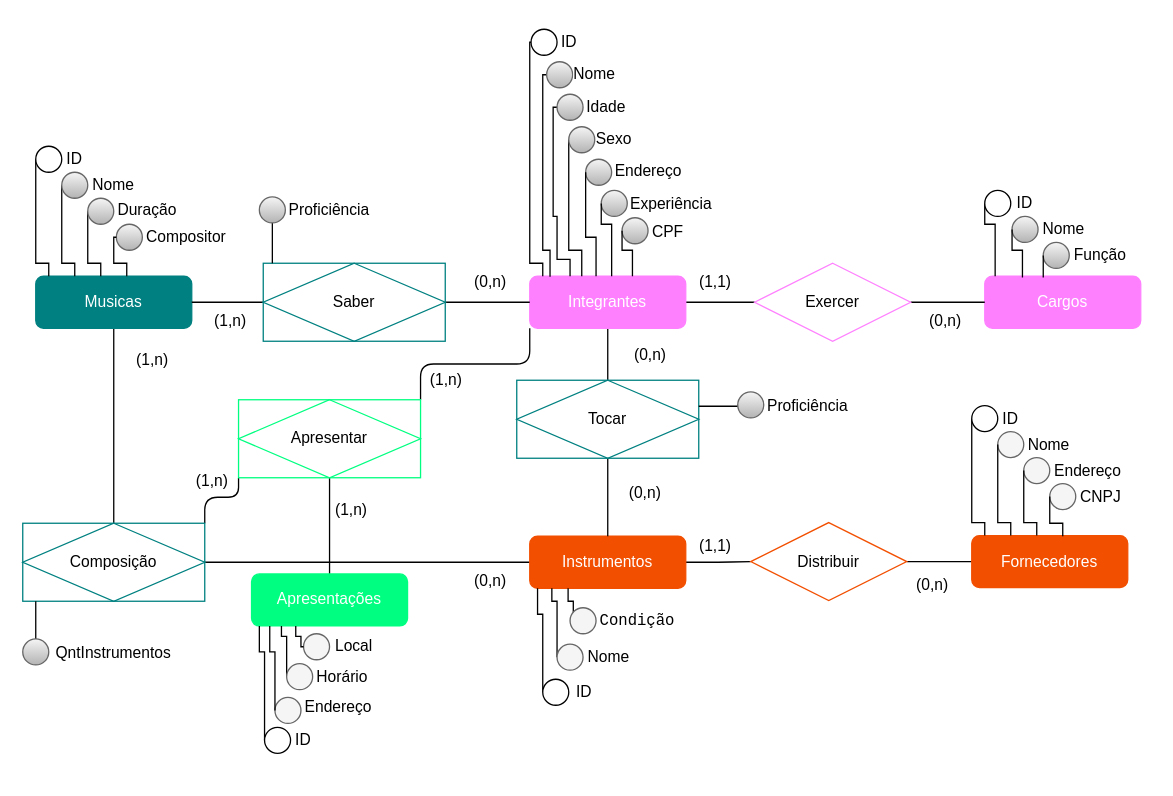
This is Dados/Modelo Relacional/modelo conceitual/Modelagem_Conceitual_DB.drawio from GouveiaGSilva/Sistema-DantaFenix, a draw.io file, before an edit. Source tidied: cells renumbered, new cells numbered last; positions are measured from the earlier drawing's top-left corner, leaving out a move shared by most shapes. Both pictures are drawn from the tidied source at 130%, with x=0, y=0 at pixel (22, 22).
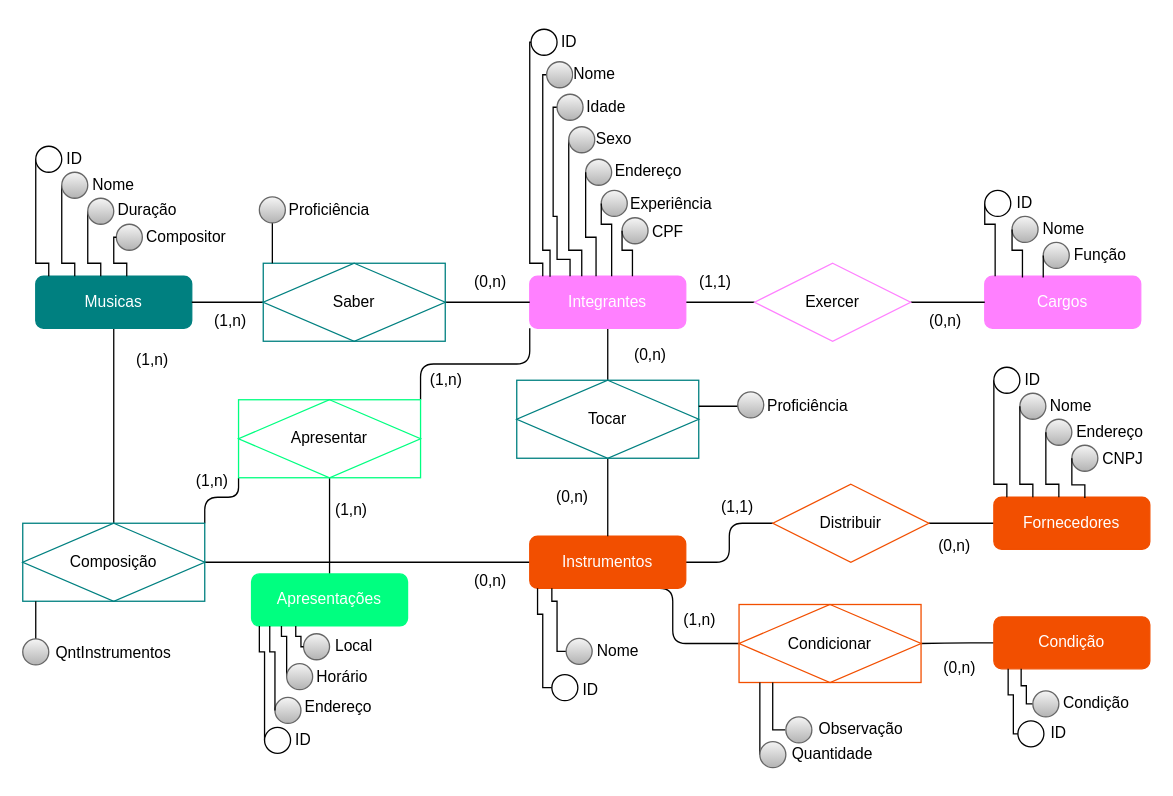
After the change.

Commit message (it also covers changes not shown here):
FIX: altera modelo conceitual e lógico para relação correta entre instrumentos_condições

The change refers to these unchanged cells:
```xml
<mxCell id="12" value="Instrumentos" style="whiteSpace=wrap;html=1;align=center;fillColor=#F24F00;fontColor=#ffffff;strokeColor=#F24F00;rounded=1;" parent="1" vertex="1">
  <mxGeometry x="390" y="395" width="120" height="40" as="geometry" />
</mxCell>
```

Change to the diagram source:
```diff
@@
     <mxCell id="9" value="Fornecedores" style="whiteSpace=wrap;html=1;align=center;fillColor=#F24F00;fontColor=#ffffff;strokeColor=#F24F00;rounded=1;" parent="1" vertex="1">
-      <mxGeometry x="730" y="394.5" width="120" height="40" as="geometry" />
+      <mxGeometry x="747" y="365" width="120" height="40" as="geometry" />
     </mxCell>
@@
+    <mxCell id="124" style="edgeStyle=orthogonalEdgeStyle;shape=connector;curved=0;rounded=1;jettySize=auto;html=1;exitX=0.5;exitY=1;exitDx=0;exitDy=0;entryX=0;entryY=0.5;entryDx=0;entryDy=0;strokeColor=default;align=center;verticalAlign=middle;fontFamily=Helvetica;fontSize=12;fontColor=default;labelBackgroundColor=default;startFill=0;endArrow=none;" parent="1" edge="1" source="12" target="133">
+      <mxGeometry relative="1" as="geometry">
+        <Array as="points">
+          <mxPoint x="500" y="435" />
+          <mxPoint x="500" y="478" />
+          <mxPoint x="551" y="478" />
+        </Array>
+      </mxGeometry>
+    </mxCell>
@@
     <mxCell id="26" value="(0,n)" style="text;html=1;align=center;verticalAlign=middle;whiteSpace=wrap;rounded=0;fontFamily=Helvetica;fontSize=12;fontColor=default;labelBackgroundColor=default;" parent="1" vertex="1">
-      <mxGeometry x="449" y="347" width="60" height="30" as="geometry" />
+      <mxGeometry x="393" y="350" width="60" height="30" as="geometry" />
     </mxCell>
@@
     <mxCell id="72" style="ellipse;whiteSpace=wrap;html=1;align=center;fontStyle=4;fontFamily=Helvetica;fontSize=12;labelBackgroundColor=default;" parent="1" vertex="1">
-      <mxGeometry x="400" y="505" width="20" height="20" as="geometry" />
+      <mxGeometry x="407" y="501.5" width="20" height="20" as="geometry" />
     </mxCell>
     <mxCell id="73" value="ID" style="text;html=1;align=center;verticalAlign=middle;whiteSpace=wrap;rounded=0;fontFamily=Helvetica;fontSize=12;fontColor=default;labelBackgroundColor=default;rotation=0;" parent="1" vertex="1">
-      <mxGeometry x="422" y="500" width="20" height="30" as="geometry" />
+      <mxGeometry x="427" y="498.5" width="20" height="30" as="geometry" />
     </mxCell>
@@
-    <mxCell id="75" style="ellipse;whiteSpace=wrap;html=1;align=center;fontStyle=4;fontFamily=Helvetica;fontSize=12;labelBackgroundColor=default;fillColor=#f5f5f5;fontColor=#333333;strokeColor=#666666;" parent="1" vertex="1">
-      <mxGeometry x="411" y="478" width="20" height="20" as="geometry" />
+    <mxCell id="75" style="ellipse;whiteSpace=wrap;html=1;align=center;fontStyle=4;fontFamily=Helvetica;fontSize=12;labelBackgroundColor=default;fillColor=#f5f5f5;strokeColor=#666666;gradientColor=#b3b3b3;" parent="1" vertex="1">
+      <mxGeometry x="418" y="473.5" width="20" height="20" as="geometry" />
     </mxCell>
     <mxCell id="76" value="Nome" style="text;html=1;align=center;verticalAlign=middle;whiteSpace=wrap;rounded=0;fontFamily=Helvetica;fontSize=12;fontColor=default;labelBackgroundColor=default;rotation=0;" parent="1" vertex="1">
-      <mxGeometry x="441" y="473" width="20" height="30" as="geometry" />
+      <mxGeometry x="448" y="468.5" width="20" height="30" as="geometry" />
     </mxCell>
-    <mxCell id="77" style="endArrow=none;html=1;rounded=0;strokeColor=default;align=center;verticalAlign=middle;fontFamily=Helvetica;fontSize=12;fontColor=default;labelBackgroundColor=default;edgeStyle=orthogonalEdgeStyle;curved=0;exitX=0;exitY=0.5;exitDx=0;exitDy=0;" parent="1" edge="1" source="78">
-      <mxGeometry relative="1" as="geometry">
-        <mxPoint x="419.5" y="435" as="targetPoint" />
-        <Array as="points">
-          <mxPoint x="423.5" y="445" />
-          <mxPoint x="419.5" y="445" />
-        </Array>
-      </mxGeometry>
-    </mxCell>
-    <mxCell id="78" style="ellipse;whiteSpace=wrap;html=1;align=center;fontStyle=4;fontFamily=Helvetica;fontSize=12;labelBackgroundColor=default;fillColor=#f5f5f5;fontColor=#333333;strokeColor=#666666;" parent="1" vertex="1">
-      <mxGeometry x="421" y="450" width="20" height="20" as="geometry" />
-    </mxCell>
-    <mxCell id="79" value="&lt;code&gt;Condição&lt;/code&gt;" style="text;html=1;align=center;verticalAlign=middle;whiteSpace=wrap;rounded=0;fontFamily=Helvetica;fontSize=12;fontColor=default;labelBackgroundColor=default;rotation=0;" parent="1" vertex="1">
-      <mxGeometry x="461" y="445" width="24" height="30" as="geometry" />
-    </mxCell>
     <mxCell id="80" style="endArrow=none;html=1;rounded=0;strokeColor=default;align=center;verticalAlign=middle;fontFamily=Helvetica;fontSize=12;fontColor=default;labelBackgroundColor=default;edgeStyle=orthogonalEdgeStyle;curved=0;entryX=0.5;entryY=0;entryDx=0;entryDy=0;exitX=0;exitY=0.5;exitDx=0;exitDy=0;" parent="1" edge="1" source="81">
       <mxGeometry relative="1" as="geometry">
-        <mxPoint x="740" y="394.5" as="targetPoint" />
+        <mxPoint x="757" y="365" as="targetPoint" />
         <Array as="points">
-          <mxPoint x="730" y="384.5" />
-          <mxPoint x="740" y="384.5" />
+          <mxPoint x="747" y="355" />
+          <mxPoint x="757" y="355" />
         </Array>
       </mxGeometry>
     </mxCell>
     <mxCell id="81" style="ellipse;whiteSpace=wrap;html=1;align=center;fontStyle=4;fontFamily=Helvetica;fontSize=12;labelBackgroundColor=default;" parent="1" vertex="1">
-      <mxGeometry x="730" y="294.5" width="20" height="20" as="geometry" />
+      <mxGeometry x="747" y="265" width="20" height="20" as="geometry" />
     </mxCell>
     <mxCell id="82" value="CNPJ" style="text;html=1;align=center;verticalAlign=middle;whiteSpace=wrap;rounded=0;fontFamily=Helvetica;fontSize=12;fontColor=default;labelBackgroundColor=default;rotation=0;" parent="1" vertex="1">
-      <mxGeometry x="813.5" y="350" width="31" height="30" as="geometry" />
+      <mxGeometry x="830.5" y="320.5" width="31" height="30" as="geometry" />
     </mxCell>
-    <mxCell id="83" style="ellipse;whiteSpace=wrap;html=1;align=center;fontStyle=4;fontFamily=Helvetica;fontSize=12;labelBackgroundColor=default;fillColor=#f5f5f5;fontColor=#333333;strokeColor=#666666;" parent="1" vertex="1">
-      <mxGeometry x="750" y="314.5" width="20" height="20" as="geometry" />
+    <mxCell id="83" style="ellipse;whiteSpace=wrap;html=1;align=center;fontStyle=4;fontFamily=Helvetica;fontSize=12;labelBackgroundColor=default;fillColor=#f5f5f5;strokeColor=#666666;gradientColor=#b3b3b3;" parent="1" vertex="1">
+      <mxGeometry x="767" y="285" width="20" height="20" as="geometry" />
     </mxCell>
     <mxCell id="84" style="endArrow=none;html=1;rounded=0;strokeColor=default;align=center;verticalAlign=middle;fontFamily=Helvetica;fontSize=12;fontColor=default;labelBackgroundColor=default;edgeStyle=orthogonalEdgeStyle;curved=0;entryX=0.5;entryY=0;entryDx=0;entryDy=0;exitX=0;exitY=0.5;exitDx=0;exitDy=0;" parent="1" edge="1" source="83">
       <mxGeometry relative="1" as="geometry">
-        <mxPoint x="760" y="394.5" as="targetPoint" />
+        <mxPoint x="777" y="365" as="targetPoint" />
         <Array as="points">
-          <mxPoint x="750" y="384.5" />
-          <mxPoint x="760" y="384.5" />
+          <mxPoint x="767" y="355" />
+          <mxPoint x="777" y="355" />
         </Array>
       </mxGeometry>
     </mxCell>
     <mxCell id="85" value="Nome" style="text;html=1;align=center;verticalAlign=middle;whiteSpace=wrap;rounded=0;fontFamily=Helvetica;fontSize=12;fontColor=default;labelBackgroundColor=default;rotation=0;" parent="1" vertex="1">
-      <mxGeometry x="773.5" y="309.5" width="31" height="30" as="geometry" />
+      <mxGeometry x="790.5" y="280" width="31" height="30" as="geometry" />
     </mxCell>
-    <mxCell id="86" style="ellipse;whiteSpace=wrap;html=1;align=center;fontStyle=4;fontFamily=Helvetica;fontSize=12;labelBackgroundColor=default;fillColor=#f5f5f5;fontColor=#333333;strokeColor=#666666;" parent="1" vertex="1">
-      <mxGeometry x="770" y="334.5" width="20" height="20" as="geometry" />
+    <mxCell id="86" style="ellipse;whiteSpace=wrap;html=1;align=center;fontStyle=4;fontFamily=Helvetica;fontSize=12;labelBackgroundColor=default;fillColor=#f5f5f5;strokeColor=#666666;gradientColor=#b3b3b3;" parent="1" vertex="1">
+      <mxGeometry x="787" y="305" width="20" height="20" as="geometry" />
     </mxCell>
     <mxCell id="87" style="endArrow=none;html=1;rounded=0;strokeColor=default;align=center;verticalAlign=middle;fontFamily=Helvetica;fontSize=12;fontColor=default;labelBackgroundColor=default;edgeStyle=orthogonalEdgeStyle;curved=0;entryX=0.5;entryY=0;entryDx=0;entryDy=0;exitX=0;exitY=0.5;exitDx=0;exitDy=0;" parent="1" edge="1" source="86">
       <mxGeometry relative="1" as="geometry">
-        <mxPoint x="780" y="394.5" as="targetPoint" />
+        <mxPoint x="797" y="365" as="targetPoint" />
         <Array as="points">
-          <mxPoint x="770" y="384.5" />
-          <mxPoint x="780" y="384.5" />
+          <mxPoint x="787" y="355" />
+          <mxPoint x="797" y="355" />
         </Array>
       </mxGeometry>
     </mxCell>
     <mxCell id="88" value="Endereço" style="text;html=1;align=center;verticalAlign=middle;whiteSpace=wrap;rounded=0;fontFamily=Helvetica;fontSize=12;fontColor=default;labelBackgroundColor=default;rotation=0;" parent="1" vertex="1">
-      <mxGeometry x="803.5" y="329.5" width="31" height="30" as="geometry" />
+      <mxGeometry x="820.5" y="300" width="31" height="30" as="geometry" />
     </mxCell>
@@
-    <mxCell id="93" style="ellipse;whiteSpace=wrap;html=1;align=center;fontStyle=4;fontFamily=Helvetica;fontSize=12;labelBackgroundColor=default;fillColor=#f5f5f5;fontColor=#333333;strokeColor=#666666;" parent="1" vertex="1">
+    <mxCell id="93" style="ellipse;whiteSpace=wrap;html=1;align=center;fontStyle=4;fontFamily=Helvetica;fontSize=12;labelBackgroundColor=default;fillColor=#f5f5f5;strokeColor=#666666;gradientColor=#b3b3b3;" parent="1" vertex="1">
       <mxGeometry x="194" y="519" width="20" height="20" as="geometry" />
     </mxCell>
@@
-    <mxCell id="97" style="ellipse;whiteSpace=wrap;html=1;align=center;fontStyle=4;fontFamily=Helvetica;fontSize=12;labelBackgroundColor=default;fillColor=#f5f5f5;fontColor=#333333;strokeColor=#666666;" parent="1" vertex="1">
+    <mxCell id="97" style="ellipse;whiteSpace=wrap;html=1;align=center;fontStyle=4;fontFamily=Helvetica;fontSize=12;labelBackgroundColor=default;fillColor=#f5f5f5;strokeColor=#666666;gradientColor=#b3b3b3;" parent="1" vertex="1">
       <mxGeometry x="203" y="493" width="20" height="20" as="geometry" />
     </mxCell>
@@
     <mxCell id="108" value="Distribuir" style="shape=rhombus;perimeter=rhombusPerimeter;whiteSpace=wrap;html=1;align=center;fontFamily=Helvetica;fontSize=12;fontColor=default;labelBackgroundColor=default;strokeColor=#F24F00;" parent="1" vertex="1">
-      <mxGeometry x="560" y="384.5" width="120" height="60" as="geometry" />
+      <mxGeometry x="577" y="355" width="120" height="60" as="geometry" />
     </mxCell>
     <mxCell id="109" value="(1,1)" style="text;html=1;align=center;verticalAlign=middle;whiteSpace=wrap;rounded=0;fontFamily=Helvetica;fontSize=12;fontColor=default;labelBackgroundColor=default;" parent="1" vertex="1">
-      <mxGeometry x="503" y="387.5" width="60" height="30" as="geometry" />
+      <mxGeometry x="520" y="358" width="60" height="30" as="geometry" />
     </mxCell>
     <mxCell id="110" value="(0,n)" style="text;html=1;align=center;verticalAlign=middle;whiteSpace=wrap;rounded=0;fontFamily=Helvetica;fontSize=12;fontColor=default;labelBackgroundColor=default;" parent="1" vertex="1">
-      <mxGeometry x="670" y="417.5" width="60" height="30" as="geometry" />
+      <mxGeometry x="687" y="388" width="60" height="30" as="geometry" />
     </mxCell>
@@
-    <mxCell id="115" style="ellipse;whiteSpace=wrap;html=1;align=center;fontStyle=4;fontFamily=Helvetica;fontSize=12;labelBackgroundColor=default;fillColor=#f5f5f5;fontColor=#333333;strokeColor=#666666;" parent="1" vertex="1">
+    <mxCell id="115" style="ellipse;whiteSpace=wrap;html=1;align=center;fontStyle=4;fontFamily=Helvetica;fontSize=12;labelBackgroundColor=default;fillColor=#f5f5f5;strokeColor=#666666;gradientColor=#b3b3b3;" parent="1" vertex="1">
       <mxGeometry x="216" y="470" width="20" height="20" as="geometry" />
     </mxCell>
@@
-    <mxCell id="121" style="ellipse;whiteSpace=wrap;html=1;align=center;fontStyle=4;fontFamily=Helvetica;fontSize=12;labelBackgroundColor=default;fillColor=#f5f5f5;fontColor=#333333;strokeColor=#666666;" parent="1" vertex="1">
-      <mxGeometry x="790" y="354.5" width="20" height="20" as="geometry" />
+    <mxCell id="121" style="ellipse;whiteSpace=wrap;html=1;align=center;fontStyle=4;fontFamily=Helvetica;fontSize=12;labelBackgroundColor=default;fillColor=#f5f5f5;strokeColor=#666666;gradientColor=#b3b3b3;" parent="1" vertex="1">
+      <mxGeometry x="807" y="325" width="20" height="20" as="geometry" />
     </mxCell>
     <mxCell id="122" style="endArrow=none;html=1;rounded=0;strokeColor=default;align=center;verticalAlign=middle;fontFamily=Helvetica;fontSize=12;fontColor=default;labelBackgroundColor=default;edgeStyle=orthogonalEdgeStyle;curved=0;entryX=0.5;entryY=0;entryDx=0;entryDy=0;exitX=0;exitY=0.5;exitDx=0;exitDy=0;" parent="1" edge="1" source="121">
       <mxGeometry relative="1" as="geometry">
-        <mxPoint x="800" y="395" as="targetPoint" />
+        <mxPoint x="817" y="365.5" as="targetPoint" />
         <Array as="points">
-          <mxPoint x="790" y="385" />
-          <mxPoint x="800" y="385" />
+          <mxPoint x="807" y="355.5" />
+          <mxPoint x="817" y="355.5" />
         </Array>
       </mxGeometry>
     </mxCell>
     <mxCell id="123" value="ID" style="text;html=1;align=center;verticalAlign=middle;whiteSpace=wrap;rounded=0;fontFamily=Helvetica;fontSize=12;fontColor=default;labelBackgroundColor=default;rotation=0;" parent="1" vertex="1">
-      <mxGeometry x="729" y="289.5" width="62" height="30" as="geometry" />
+      <mxGeometry x="746" y="260" width="62" height="30" as="geometry" />
     </mxCell>
+    <mxCell id="125" style="edgeStyle=orthogonalEdgeStyle;shape=connector;curved=0;rounded=1;jettySize=auto;html=1;exitX=0;exitY=0.5;exitDx=0;exitDy=0;entryX=1;entryY=0.5;entryDx=0;entryDy=0;strokeColor=default;align=center;verticalAlign=middle;fontFamily=Helvetica;fontSize=12;fontColor=default;labelBackgroundColor=default;startFill=0;endArrow=none;" parent="1" edge="1" source="126" target="133">
+      <mxGeometry relative="1" as="geometry" />
+    </mxCell>
+    <mxCell id="126" value="Condição" style="whiteSpace=wrap;html=1;align=center;fillColor=#F24F00;fontColor=#ffffff;strokeColor=#F24F00;rounded=1;" parent="1" vertex="1">
+      <mxGeometry x="747" y="457" width="120" height="40" as="geometry" />
+    </mxCell>
+    <mxCell id="127" style="endArrow=none;html=1;rounded=0;strokeColor=default;align=center;verticalAlign=middle;fontFamily=Helvetica;fontSize=12;fontColor=default;labelBackgroundColor=default;edgeStyle=orthogonalEdgeStyle;curved=0;exitX=0;exitY=0.5;exitDx=0;exitDy=0;" parent="1" edge="1" source="128">
+      <mxGeometry relative="1" as="geometry">
+        <mxPoint x="758" y="497" as="targetPoint" />
+        <Array as="points">
+          <mxPoint x="762" y="517" />
+          <mxPoint x="758" y="517" />
+        </Array>
+      </mxGeometry>
+    </mxCell>
+    <mxCell id="128" style="ellipse;whiteSpace=wrap;html=1;align=center;fontStyle=4;fontFamily=Helvetica;fontSize=12;labelBackgroundColor=default;" parent="1" vertex="1">
+      <mxGeometry x="765.5" y="537" width="20" height="20" as="geometry" />
+    </mxCell>
+    <mxCell id="129" value="ID" style="text;html=1;align=center;verticalAlign=middle;whiteSpace=wrap;rounded=0;fontFamily=Helvetica;fontSize=12;fontColor=default;labelBackgroundColor=default;rotation=0;" parent="1" vertex="1">
+      <mxGeometry x="787" y="532" width="20" height="30" as="geometry" />
+    </mxCell>
+    <mxCell id="130" style="endArrow=none;html=1;rounded=0;strokeColor=default;align=center;verticalAlign=middle;fontFamily=Helvetica;fontSize=12;fontColor=default;labelBackgroundColor=default;edgeStyle=orthogonalEdgeStyle;curved=0;exitX=0;exitY=0.5;exitDx=0;exitDy=0;" parent="1" edge="1" source="131">
+      <mxGeometry relative="1" as="geometry">
+        <mxPoint x="768" y="497" as="targetPoint" />
+        <Array as="points">
+          <mxPoint x="772" y="524" />
+          <mxPoint x="772" y="510" />
+          <mxPoint x="768" y="510" />
+        </Array>
+      </mxGeometry>
+    </mxCell>
+    <mxCell id="131" style="ellipse;whiteSpace=wrap;html=1;align=center;fontStyle=4;fontFamily=Helvetica;fontSize=12;labelBackgroundColor=default;fillColor=#f5f5f5;strokeColor=#666666;gradientColor=#b3b3b3;" parent="1" vertex="1">
+      <mxGeometry x="777" y="514" width="20" height="20" as="geometry" />
+    </mxCell>
+    <mxCell id="132" value="Condição" style="text;html=1;align=center;verticalAlign=middle;whiteSpace=wrap;rounded=0;fontFamily=Helvetica;fontSize=12;fontColor=default;labelBackgroundColor=default;rotation=0;" parent="1" vertex="1">
+      <mxGeometry x="815.5" y="509" width="20" height="30" as="geometry" />
+    </mxCell>
+    <mxCell id="133" value="Condicionar" style="shape=associativeEntity;whiteSpace=wrap;html=1;align=center;fontFamily=Helvetica;fontSize=12;fontColor=default;labelBackgroundColor=default;strokeColor=#F24F00;" parent="1" vertex="1">
+      <mxGeometry x="551" y="447.5" width="140" height="60" as="geometry" />
+    </mxCell>
+    <mxCell id="134" style="endArrow=none;html=1;rounded=0;strokeColor=default;align=center;verticalAlign=middle;fontFamily=Helvetica;fontSize=12;fontColor=default;labelBackgroundColor=default;edgeStyle=orthogonalEdgeStyle;curved=0;exitX=0;exitY=0.5;exitDx=0;exitDy=0;" parent="1" edge="1" source="135">
+      <mxGeometry relative="1" as="geometry">
+        <mxPoint x="567" y="507.5" as="targetPoint" />
+        <Array as="points">
+          <mxPoint x="567" y="535" />
+        </Array>
+      </mxGeometry>
+    </mxCell>
+    <mxCell id="135" style="ellipse;whiteSpace=wrap;html=1;align=center;fontStyle=4;fontFamily=Helvetica;fontSize=12;labelBackgroundColor=default;fillColor=#f5f5f5;strokeColor=#666666;gradientColor=#b3b3b3;" parent="1" vertex="1">
+      <mxGeometry x="567" y="553" width="20" height="20" as="geometry" />
+    </mxCell>
+    <mxCell id="136" value="Quantidade" style="text;html=1;align=center;verticalAlign=middle;whiteSpace=wrap;rounded=0;fontFamily=Helvetica;fontSize=12;fontColor=default;labelBackgroundColor=default;rotation=0;" parent="1" vertex="1">
+      <mxGeometry x="613" y="548" width="20" height="30" as="geometry" />
+    </mxCell>
+    <mxCell id="137" value="(0,n)" style="text;html=1;align=center;verticalAlign=middle;whiteSpace=wrap;rounded=0;fontFamily=Helvetica;fontSize=12;fontColor=default;labelBackgroundColor=default;" parent="1" vertex="1">
+      <mxGeometry x="691" y="482" width="60" height="30" as="geometry" />
+    </mxCell>
+    <mxCell id="138" value="(1&lt;span style=&quot;background-color: light-dark(#ffffff, var(--ge-dark-color, #121212)); color: light-dark(rgb(0, 0, 0), rgb(255, 255, 255));&quot;&gt;,n)&lt;/span&gt;" style="text;html=1;align=center;verticalAlign=middle;whiteSpace=wrap;rounded=0;fontFamily=Helvetica;fontSize=12;fontColor=default;labelBackgroundColor=default;" parent="1" vertex="1">
+      <mxGeometry x="491" y="445" width="60" height="30" as="geometry" />
+    </mxCell>
+    <mxCell id="139" style="ellipse;whiteSpace=wrap;html=1;align=center;fontStyle=4;fontFamily=Helvetica;fontSize=12;labelBackgroundColor=default;fillColor=#f5f5f5;strokeColor=#666666;gradientColor=#b3b3b3;" parent="1" vertex="1">
+      <mxGeometry x="587" y="534" width="20" height="20" as="geometry" />
+    </mxCell>
+    <mxCell id="140" value="Observação" style="text;html=1;align=center;verticalAlign=middle;whiteSpace=wrap;rounded=0;fontFamily=Helvetica;fontSize=12;fontColor=default;labelBackgroundColor=default;rotation=0;" parent="1" vertex="1">
+      <mxGeometry x="635" y="528.5" width="20" height="30" as="geometry" />
+    </mxCell>
+    <mxCell id="141" style="endArrow=none;html=1;rounded=0;strokeColor=default;align=center;verticalAlign=middle;fontFamily=Helvetica;fontSize=12;fontColor=default;labelBackgroundColor=default;edgeStyle=orthogonalEdgeStyle;curved=0;exitX=-0.03;exitY=0.495;exitDx=0;exitDy=0;exitPerimeter=0;" parent="1" edge="1" source="139">
+      <mxGeometry relative="1" as="geometry">
+        <mxPoint x="576.9" y="507.5" as="targetPoint" />
+        <Array as="points">
+          <mxPoint x="577" y="544" />
+        </Array>
+      </mxGeometry>
+    </mxCell>
```
